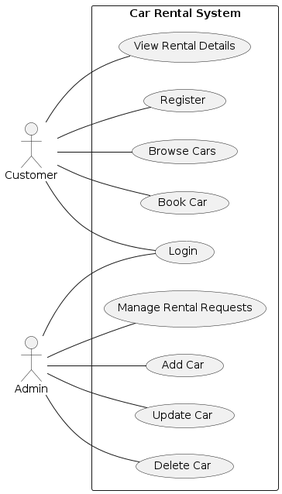
This is Car Rental System/usercase.png from hezhuoyao2000/Car-Rental-System, a PlantUML export, as it was before one commit. The source it was exported from:
```plantuml
@startuml
left to right direction
actor Customer
actor Admin

rectangle "Car Rental System" {
  Customer -- (Register)
  Customer -- (Login)
  Customer -- (Browse Cars)
  Customer -- (Book Car)
  Customer -- (View Rental Details)

  Admin -- (Login)
  Admin -- (Add Car)
  Admin -- (Update Car)
  Admin -- (Delete Car)
  Admin -- (Manage Rental Requests)
}
@enduml
```
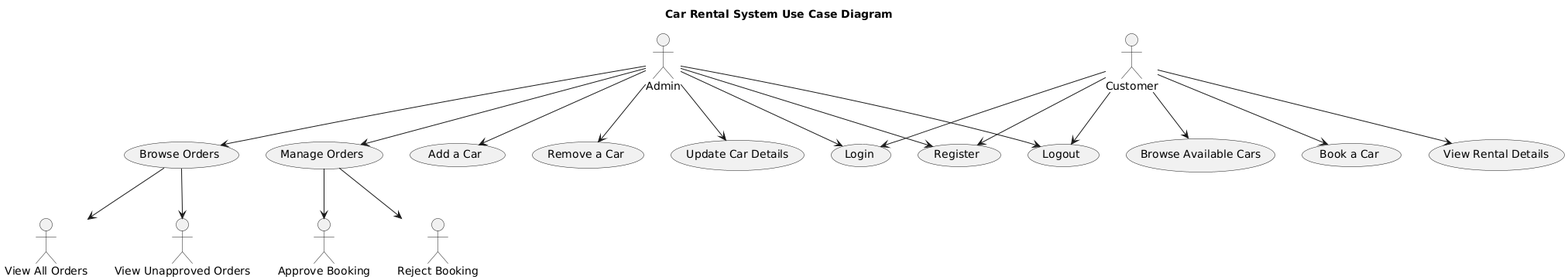
After the change.

The edit, as a diff of the source:
```diff
@@ -1,19 +1,40 @@
 @startuml
-left to right direction
-actor Customer
-actor Admin
+title Car Rental System Use Case Diagram
 
-rectangle "Car Rental System" {
-  Customer -- (Register)
-  Customer -- (Login)
-  Customer -- (Browse Cars)
-  Customer -- (Book Car)
-  Customer -- (View Rental Details)
+actor Customer as C
+actor Admin as A
 
-  Admin -- (Login)
-  Admin -- (Add Car)
-  Admin -- (Update Car)
-  Admin -- (Delete Car)
-  Admin -- (Manage Rental Requests)
-}
+usecase "Login" as UC1
+usecase "Register" as UC2
+usecase "Browse Available Cars" as UC3
+usecase "Book a Car" as UC4
+usecase "View Rental Details" as UC5
+usecase "Add a Car" as UC6
+usecase "Remove a Car" as UC7
+usecase "Update Car Details" as UC8
+usecase "Browse Orders" as UC9
+usecase "Manage Orders" as UC10
+usecase "Logout" as UC11
+
+C --> UC1
+C --> UC2
+C --> UC3
+C --> UC4
+C --> UC5
+C --> UC11
+
+A --> UC1
+A --> UC2
+A --> UC6
+A --> UC7
+A --> UC8
+A --> UC9
+A --> UC10
+A --> UC11
+
+UC9 --> "View All Orders"
+UC9 --> "View Unapproved Orders"
+
+UC10 --> "Approve Booking"
+UC10 --> "Reject Booking"
 @enduml
```
